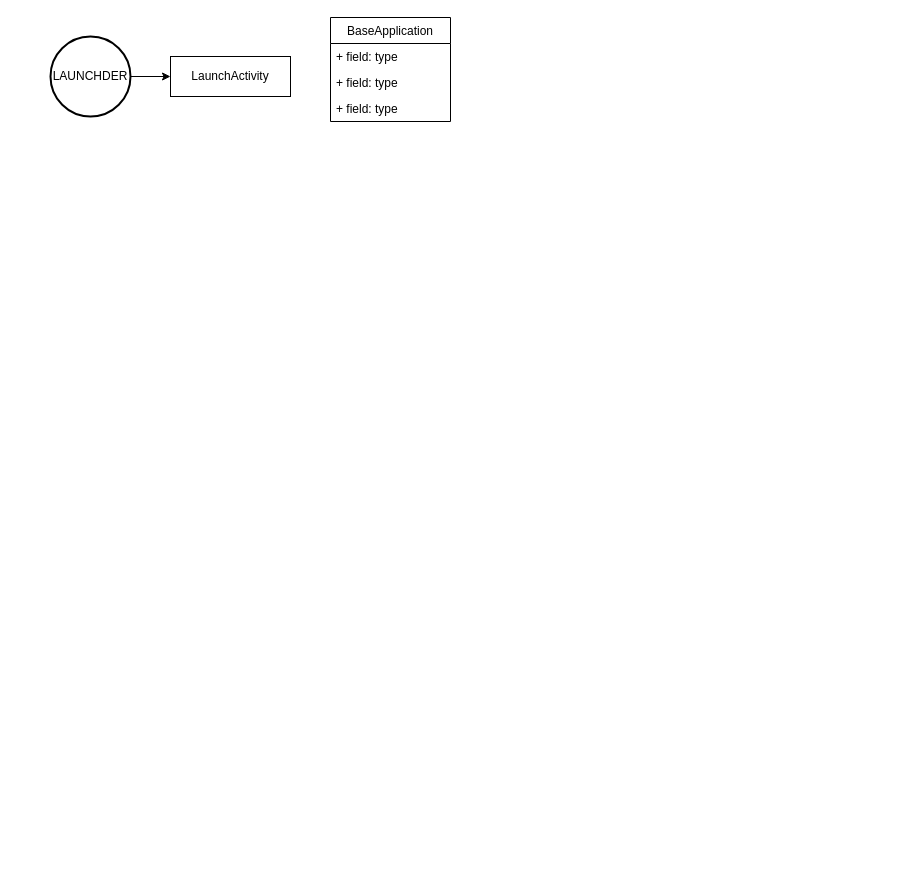
The draw.io diagram FtnnProject.drawio in Cmdone/Draw.io, before the edit. Source tidied: cells renumbered, new cells numbered last; positions are measured from the earlier drawing's top-left corner, leaving out a move shared by most shapes. Both pictures are drawn from the tidied source at 100%, with x=0, y=0 at pixel (50, 17).
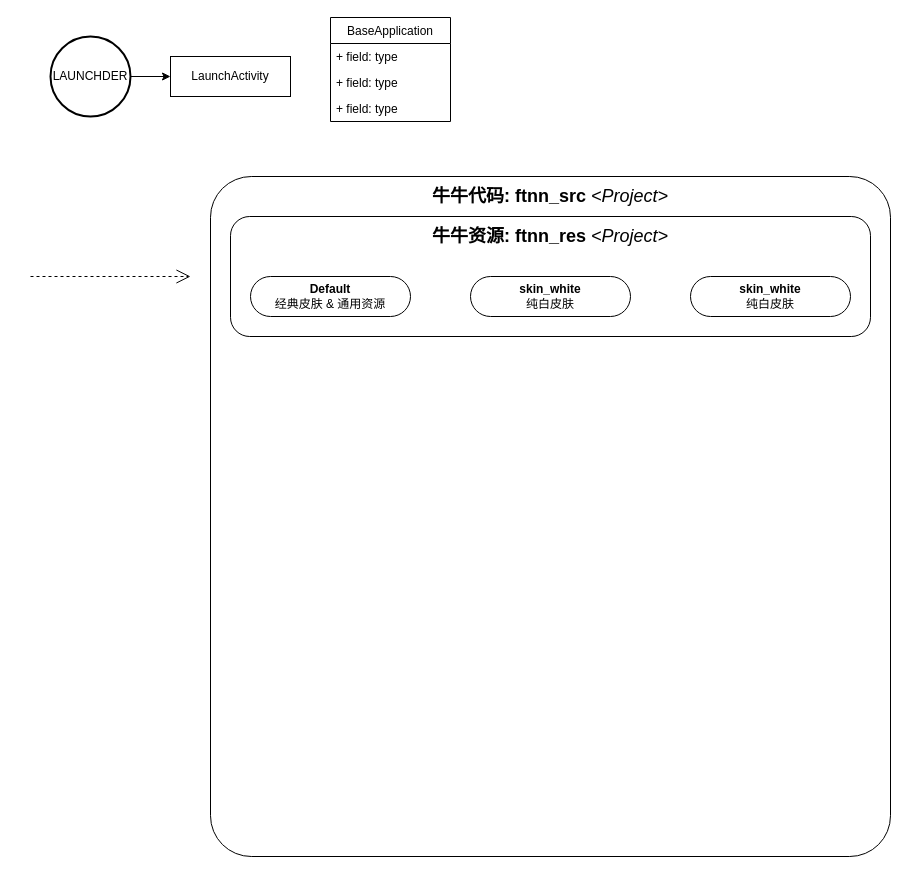
The same diagram, later.

What changed in the source:
```diff
@@
 <mxGraphModel>
   <root>
     <mxCell id="0" />
     <mxCell id="1" parent="0" />
+    <mxCell id="9" style="rounded=1;whiteSpace=wrap;html=1;shadow=0;fillColor=none;arcSize=6;" parent="1" vertex="1">
+      <mxGeometry x="160" y="159" width="680" height="680" as="geometry" />
+    </mxCell>
+    <mxCell id="10" style="rounded=1;whiteSpace=wrap;html=1;shadow=0;fillColor=none;arcSize=16;" parent="1" vertex="1">
+      <mxGeometry x="180" y="199" width="640" height="120" as="geometry" />
+    </mxCell>
+    <mxCell id="11" value="&lt;font style=&quot;font-size: 18px&quot;&gt;牛牛资源: ftnn_res &lt;span style=&quot;font-weight: normal&quot;&gt;&lt;i&gt;&amp;lt;Project&amp;gt;&lt;/i&gt;&lt;/span&gt;&lt;/font&gt;" style="text;html=1;strokeColor=none;fillColor=none;align=center;verticalAlign=middle;whiteSpace=wrap;rounded=0;fontStyle=1;" parent="1" vertex="1">
+      <mxGeometry x="180" y="199" width="640" height="40" as="geometry" />
+    </mxCell>
     <mxCell id="2" value="LaunchActivity" style="rounded=0;whiteSpace=wrap;html=1;fillColor=none;" parent="1" vertex="1">
       <mxGeometry x="120" y="39" width="120" height="40" as="geometry" />
     </mxCell>
     <mxCell id="3" style="edgeStyle=orthogonalEdgeStyle;rounded=0;jettySize=auto;html=1;exitX=1;exitY=0.5;exitDx=0;exitDy=0;exitPerimeter=0;" parent="1" edge="1" source="4" target="2">
       <mxGeometry relative="1" as="geometry" />
     </mxCell>
     <mxCell id="4" value="LAUNCHDER" style="strokeWidth=2;html=1;shape=mxgraph.flowchart.start_2;whiteSpace=wrap;fillColor=none;" parent="1" vertex="1">
       <mxGeometry y="19" width="80" height="80" as="geometry" />
     </mxCell>
     <mxCell id="5" value="BaseApplication" style="swimlane;fontStyle=0;horizontal=1;startSize=26;fillColor=none;" parent="1" vertex="1">
       <mxGeometry x="280" width="120" height="104" as="geometry" />
     </mxCell>
     <mxCell id="6" value="+ field: type" style="text;strokeColor=none;fillColor=none;align=left;verticalAlign=top;spacingLeft=4;spacingRight=4;overflow=hidden;" parent="5" vertex="1">
       <mxGeometry y="26" width="120" height="26" as="geometry" />
     </mxCell>
     <mxCell id="7" value="+ field: type" style="text;strokeColor=none;fillColor=none;align=left;verticalAlign=top;spacingLeft=4;spacingRight=4;overflow=hidden;" parent="5" vertex="1">
       <mxGeometry y="52" width="120" height="26" as="geometry" />
     </mxCell>
     <mxCell id="8" value="+ field: type" style="text;strokeColor=none;fillColor=none;align=left;verticalAlign=top;spacingLeft=4;spacingRight=4;overflow=hidden;" parent="5" vertex="1">
       <mxGeometry y="78" width="120" height="26" as="geometry" />
     </mxCell>
+    <mxCell id="12" value="&lt;font style=&quot;font-size: 18px&quot;&gt;牛牛代码: ftnn_src &lt;span style=&quot;font-weight: normal&quot;&gt;&lt;i&gt;&amp;lt;Project&amp;gt;&lt;/i&gt;&lt;/span&gt;&lt;/font&gt;" style="text;html=1;strokeColor=none;fillColor=none;align=center;verticalAlign=middle;whiteSpace=wrap;rounded=0;fontStyle=1;" parent="1" vertex="1">
+      <mxGeometry x="160" y="159" width="680" height="40" as="geometry" />
+    </mxCell>
+    <mxCell id="13" style="edgeStyle=none;html=1;endArrow=open;endSize=12;dashed=1;verticalAlign=bottom;" parent="1" edge="1">
+      <mxGeometry relative="1" as="geometry">
+        <mxPoint x="-20" y="259" as="sourcePoint" />
+        <mxPoint x="140" y="259" as="targetPoint" />
+      </mxGeometry>
+    </mxCell>
+    <mxCell id="14" value="&lt;b&gt;Default&lt;/b&gt;&lt;br&gt;经典皮肤 &amp;amp;&amp;nbsp;通用资源&lt;br&gt;" style="rounded=1;whiteSpace=wrap;html=1;shadow=0;fillColor=none;arcSize=50;" parent="1" vertex="1">
+      <mxGeometry x="200" y="259" width="160" height="40" as="geometry" />
+    </mxCell>
+    <mxCell id="15" value="&lt;b&gt;skin_white&lt;/b&gt;&lt;br&gt;纯白皮肤&lt;br&gt;" style="rounded=1;whiteSpace=wrap;html=1;shadow=0;fillColor=none;arcSize=50;" parent="1" vertex="1">
+      <mxGeometry x="420" y="259" width="160" height="40" as="geometry" />
+    </mxCell>
+    <mxCell id="16" value="&lt;b&gt;skin_white&lt;/b&gt;&lt;br&gt;纯白皮肤&lt;br&gt;" style="rounded=1;whiteSpace=wrap;html=1;shadow=0;fillColor=none;arcSize=50;" parent="1" vertex="1">
+      <mxGeometry x="640" y="259" width="160" height="40" as="geometry" />
+    </mxCell>
   </root>
 </mxGraphModel>
```
